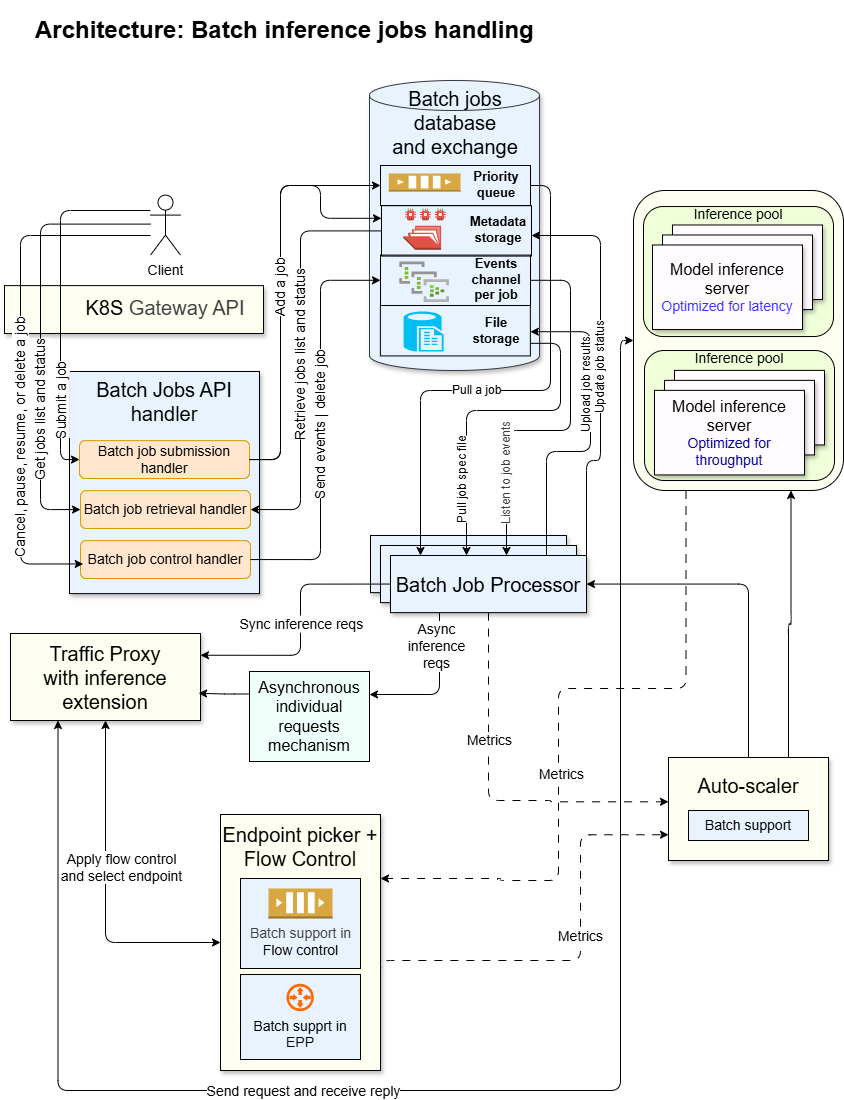
llm-d-incubation/batch-gateway keeps this draw.io diagram as docs/design/diagrams/arch_1.png. Above is the earlier version. Source tidied: cells renumbered, new cells last; positions are measured from the earlier drawing's top-left corner, leaving out a move shared by most shapes.
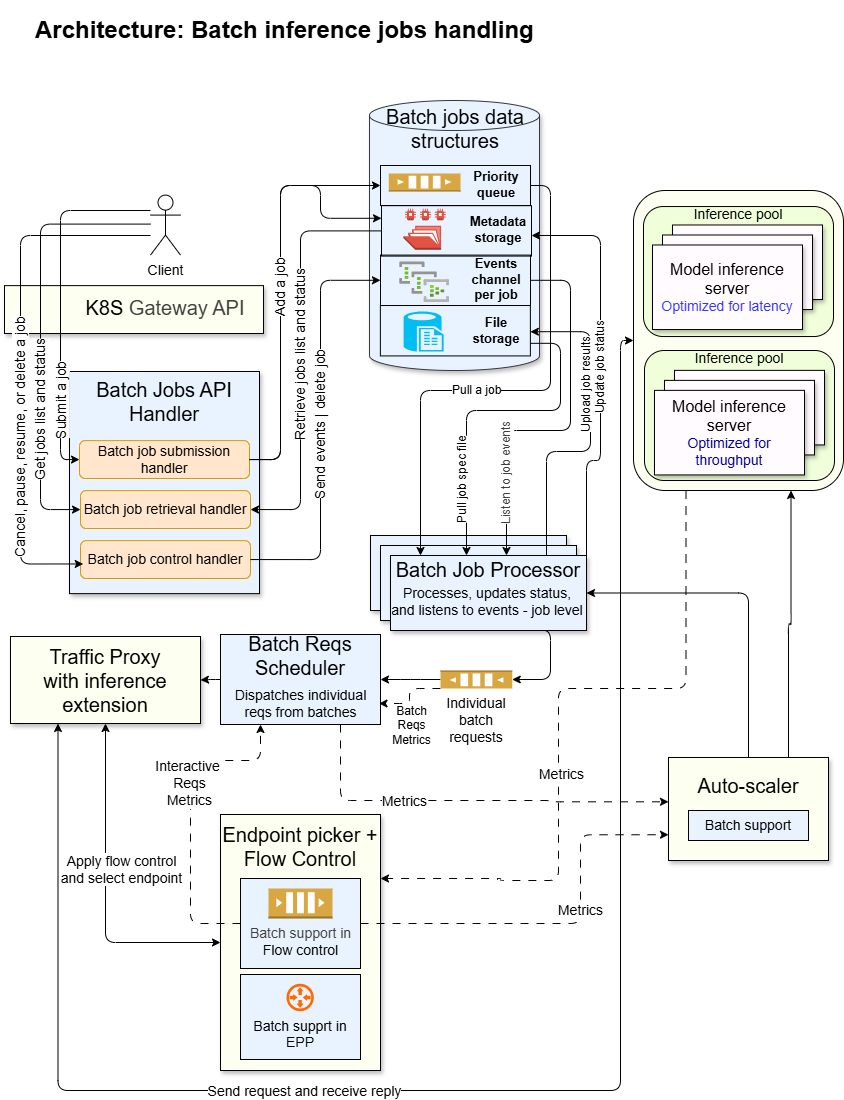
Above is the later version.

Diff of the diagram source:
```diff
@@ -34,7 +34,7 @@
       <mxGeometry x="640" y="340" width="190" height="130" as="geometry" />
     </mxCell>
     <mxCell id="9" style="shape=cylinder3;whiteSpace=wrap;html=1;boundedLbl=1;backgroundOutline=1;size=15;strokeColor=#36393d;strokeWidth=1;fillColor=#E9F3FF;shadow=1;" parent="1" vertex="1">
-      <mxGeometry x="365" y="70" width="170" height="290" as="geometry" />
+      <mxGeometry x="365" y="90" width="170" height="270" as="geometry" />
     </mxCell>
     <mxCell id="10" style="whiteSpace=wrap;html=1;shadow=1;fillColor=#FFFBFE;" parent="1" vertex="1">
       <mxGeometry x="668" y="214.5" width="150" height="74.5" as="geometry" />
@@ -43,7 +43,7 @@
       <mxGeometry x="658" y="224.5" width="150" height="74.5" as="geometry" />
     </mxCell>
     <mxCell id="12" value="&lt;font style=&quot;font-size: 20px;&quot;&gt;Traffic Proxy&lt;/font&gt;&lt;div&gt;&lt;font style=&quot;font-size: 20px;&quot;&gt;with inference extension&lt;/font&gt;&lt;/div&gt;" style="whiteSpace=wrap;html=1;shadow=1;fillColor=#FDFFF0;" parent="1" vertex="1">
-      <mxGeometry x="6" y="623" width="190" height="87" as="geometry" />
+      <mxGeometry x="6" y="626" width="190" height="87" as="geometry" />
     </mxCell>
     <mxCell id="13" value="&lt;div&gt;&lt;span style=&quot;background-color: initial;&quot;&gt;&lt;font&gt;K8S&amp;nbsp;&lt;/font&gt;&lt;/span&gt;&lt;span style=&quot;color: rgb(63, 63, 63); background-color: transparent;&quot;&gt;Gateway&amp;nbsp;&lt;/span&gt;&lt;span style=&quot;color: rgb(63, 63, 63); background-color: initial;&quot;&gt;API&lt;/span&gt;&lt;/div&gt;" style="text;strokeColor=none;align=center;fillColor=none;html=1;verticalAlign=middle;whiteSpace=wrap;rounded=0;fontSize=20;" parent="1" vertex="1">
       <mxGeometry x="31" y="275.1" width="260" height="44.6" as="geometry" />
@@ -124,16 +124,16 @@
       </mxGeometry>
     </mxCell>
     <mxCell id="28" style="whiteSpace=wrap;html=1;fillColor=#E9F3FF;strokeColor=#000000;glass=0;shadow=1;" parent="1" vertex="1">
-      <mxGeometry x="366" y="525" width="196" height="57.1" as="geometry" />
+      <mxGeometry x="366" y="525" width="196" height="75" as="geometry" />
     </mxCell>
     <mxCell id="29" style="whiteSpace=wrap;html=1;fillColor=#E9F3FF;strokeColor=#000000;glass=0;shadow=1;" parent="1" vertex="1">
-      <mxGeometry x="376" y="535" width="196" height="57.1" as="geometry" />
+      <mxGeometry x="376" y="535" width="196" height="75" as="geometry" />
     </mxCell>
-    <mxCell id="30" style="edgeStyle=orthogonalEdgeStyle;html=1;dashed=1;dashPattern=8 8;entryX=0;entryY=0.25;entryDx=0;entryDy=0;" parent="1" edge="1" source="34">
+    <mxCell id="30" style="edgeStyle=orthogonalEdgeStyle;html=1;dashed=1;dashPattern=8 8;entryX=0;entryY=0.25;entryDx=0;entryDy=0;exitX=0.75;exitY=1;exitDx=0;exitDy=0;" parent="1" edge="1" source="72">
       <mxGeometry relative="1" as="geometry">
         <mxPoint x="664" y="791.3" as="targetPoint" />
         <Array as="points">
-          <mxPoint x="484" y="790" />
+          <mxPoint x="336" y="790" />
           <mxPoint x="546" y="790" />
           <mxPoint x="546" y="791" />
         </Array>
@@ -142,31 +142,9 @@
     <mxCell id="31" value="Metrics" style="edgeLabel;html=1;align=center;verticalAlign=middle;fontSize=14;" parent="30" vertex="1">
       <mxGeometry x="-0.31" relative="1" as="geometry" />
     </mxCell>
-    <mxCell id="32" style="edgeStyle=elbowEdgeStyle;html=1;exitX=0.25;exitY=1;exitDx=0;exitDy=0;elbow=vertical;entryX=1;entryY=0.25;entryDx=0;entryDy=0;" parent="1" edge="1" source="34" target="72">
-      <mxGeometry relative="1" as="geometry">
-        <Array as="points">
-          <mxPoint x="406" y="684" />
-        </Array>
-      </mxGeometry>
-    </mxCell>
-    <mxCell id="33" value="&lt;font style=&quot;font-size: 14px;&quot;&gt;Async&lt;/font&gt;&lt;div&gt;&lt;font style=&quot;font-size: 14px;&quot;&gt;inference&lt;/font&gt;&lt;div&gt;&lt;font style=&quot;font-size: 14px;&quot;&gt;reqs&lt;/font&gt;&lt;/div&gt;&lt;/div&gt;" style="edgeLabel;html=1;align=center;verticalAlign=middle;" parent="32" vertex="1">
-      <mxGeometry x="-0.56" y="-4" relative="1" as="geometry" />
-    </mxCell>
-    <mxCell id="34" value="&lt;font&gt;Batch Job Processor&lt;/font&gt;" style="whiteSpace=wrap;html=1;fillColor=#E9F3FF;strokeColor=#000000;fontSize=20;glass=0;shadow=1;" parent="1" vertex="1">
-      <mxGeometry x="386" y="545" width="196" height="57.1" as="geometry" />
+    <mxCell id="34" value="&lt;font&gt;Batch Job Processor&lt;/font&gt;&lt;div&gt;&lt;br&gt;&lt;/div&gt;&lt;div&gt;&lt;br&gt;&lt;/div&gt;" style="whiteSpace=wrap;html=1;fillColor=#E9F3FF;strokeColor=#000000;fontSize=20;glass=0;shadow=1;" parent="1" vertex="1">
+      <mxGeometry x="386" y="545" width="196" height="75" as="geometry" />
     </mxCell>
-    <mxCell id="35" style="edgeStyle=orthogonalEdgeStyle;html=1;dashed=1;dashPattern=8 8;entryX=0;entryY=0.75;entryDx=0;entryDy=0;exitX=1;exitY=0.75;exitDx=0;exitDy=0;" parent="1" edge="1" source="37" target="67">
-      <mxGeometry relative="1" as="geometry">
-        <Array as="points">
-          <mxPoint x="376" y="950" />
-          <mxPoint x="576" y="950" />
-          <mxPoint x="576" y="824" />
-        </Array>
-      </mxGeometry>
-    </mxCell>
-    <mxCell id="36" value="&lt;font&gt;Metrics&lt;/font&gt;" style="edgeLabel;html=1;align=center;verticalAlign=middle;fontSize=14;" parent="35" vertex="1">
-      <mxGeometry x="0.18" y="1" relative="1" as="geometry" />
-    </mxCell>
     <mxCell id="37" value="&lt;font&gt;Endpoint picker +&lt;/font&gt;&lt;div&gt;Flow Control&lt;br&gt;&lt;div&gt;&lt;font&gt;&lt;br&gt;&lt;/font&gt;&lt;/div&gt;&lt;div&gt;&lt;font&gt;&lt;br&gt;&lt;/font&gt;&lt;/div&gt;&lt;div&gt;&lt;font&gt;&lt;br&gt;&lt;/font&gt;&lt;/div&gt;&lt;/div&gt;&lt;div&gt;&lt;font&gt;&lt;br&gt;&lt;/font&gt;&lt;/div&gt;&lt;div&gt;&lt;font&gt;&lt;br&gt;&lt;/font&gt;&lt;/div&gt;&lt;div&gt;&lt;font&gt;&lt;br&gt;&lt;/font&gt;&lt;/div&gt;&lt;div&gt;&lt;font&gt;&lt;br&gt;&lt;/font&gt;&lt;/div&gt;&lt;div&gt;&lt;font&gt;&lt;br&gt;&lt;/font&gt;&lt;/div&gt;" style="whiteSpace=wrap;html=1;fillColor=#FDFFF0;strokeColor=default;fontSize=20;shadow=1;" parent="1" vertex="1">
       <mxGeometry x="216" y="804" width="160" height="256" as="geometry" />
     </mxCell>
@@ -261,17 +239,9 @@
         <mxPoint x="-2" y="38" as="offset" />
       </mxGeometry>
     </mxCell>
-    <mxCell id="54" value="Batch jobs database&lt;div&gt;and exchange&lt;/div&gt;" style="text;html=1;align=center;verticalAlign=middle;whiteSpace=wrap;rounded=0;fontSize=20;" parent="1" vertex="1">
-      <mxGeometry x="374.9" y="77" width="152.1" height="70" as="geometry" />
+    <mxCell id="54" value="Batch jobs data structures" style="text;html=1;align=center;verticalAlign=middle;whiteSpace=wrap;rounded=0;fontSize=20;" parent="1" vertex="1">
+      <mxGeometry x="374.9" y="91" width="152.1" height="53" as="geometry" />
     </mxCell>
-    <mxCell id="55" value="Sync inference reqs" style="edgeStyle=orthogonalEdgeStyle;html=1;horizontal=0;align=center;exitX=0;exitY=0.5;exitDx=0;exitDy=0;fontSize=14;verticalAlign=middle;labelPosition=center;verticalLabelPosition=middle;textDirection=vertical-lr;entryX=1;entryY=0.25;entryDx=0;entryDy=0;" parent="1" edge="1" source="34" target="12">
-      <mxGeometry relative="1" as="geometry">
-        <Array as="points">
-          <mxPoint x="296" y="574" />
-          <mxPoint x="296" y="645" />
-        </Array>
-      </mxGeometry>
-    </mxCell>
     <mxCell id="56" style="rounded=0;whiteSpace=wrap;html=1;textOpacity=0;labelBorderColor=none;fillColor=none;textShadow=1;" parent="1" vertex="1">
       <mxGeometry x="375.9" y="295" width="150" height="50.4" as="geometry" />
     </mxCell>
@@ -326,7 +296,7 @@
     <mxCell id="67" value="&lt;div&gt;&lt;font&gt;Auto-scaler&lt;/font&gt;&lt;/div&gt;&lt;div&gt;&lt;font&gt;&lt;br&gt;&lt;/font&gt;&lt;/div&gt;&lt;div&gt;&lt;br&gt;&lt;/div&gt;" style="whiteSpace=wrap;html=1;fillColor=#FDFFF0;strokeColor=default;fontSize=20;shadow=1;" parent="1" vertex="1">
       <mxGeometry x="664" y="747" width="160" height="103" as="geometry" />
     </mxCell>
-    <mxCell id="68" value="&lt;div&gt;&lt;span style=&quot;background-color: initial;&quot;&gt;&lt;font&gt;Batch Jobs API handler&lt;/font&gt;&lt;/span&gt;&lt;/div&gt;" style="text;strokeColor=none;align=center;fillColor=none;html=1;verticalAlign=middle;whiteSpace=wrap;rounded=0;fontSize=20;" parent="1" vertex="1">
+    <mxCell id="68" value="&lt;div&gt;&lt;span style=&quot;background-color: initial;&quot;&gt;&lt;font&gt;Batch Jobs API Handler&lt;/font&gt;&lt;/span&gt;&lt;/div&gt;" style="text;strokeColor=none;align=center;fillColor=none;html=1;verticalAlign=middle;whiteSpace=wrap;rounded=0;fontSize=20;" parent="1" vertex="1">
       <mxGeometry x="70" y="368.4" width="180" height="44.6" as="geometry" />
     </mxCell>
     <mxCell id="69" style="rounded=0;whiteSpace=wrap;html=1;fillColor=#E9F3FF;" parent="1" vertex="1">
@@ -338,10 +308,10 @@
     <mxCell id="71" value="&lt;font style=&quot;font-size: 14px;&quot;&gt;Batch support&lt;/font&gt;" style="rounded=0;whiteSpace=wrap;html=1;fillColor=#E9F3FF;" parent="1" vertex="1">
       <mxGeometry x="684" y="800" width="120" height="30" as="geometry" />
     </mxCell>
-    <mxCell id="72" value="&lt;font style=&quot;font-size: 16px;&quot;&gt;Asynchronous individual requests mechanism&lt;/font&gt;" style="rounded=0;whiteSpace=wrap;html=1;fillColor=#EFFFF9;" parent="1" vertex="1">
-      <mxGeometry x="245" y="661" width="120" height="90" as="geometry" />
+    <mxCell id="72" value="&lt;font&gt;Batch Reqs Scheduler&lt;/font&gt;&lt;div&gt;&lt;font&gt;&lt;br&gt;&lt;/font&gt;&lt;/div&gt;&lt;div&gt;&lt;font&gt;&lt;br&gt;&lt;/font&gt;&lt;/div&gt;" style="rounded=0;whiteSpace=wrap;html=1;fillColor=#E9F3FF;fontSize=20;" parent="1" vertex="1">
+      <mxGeometry x="216" y="624" width="160" height="90" as="geometry" />
     </mxCell>
-    <mxCell id="73" style="edgeStyle=elbowEdgeStyle;html=1;exitX=0;exitY=0.25;exitDx=0;exitDy=0;entryX=0.99;entryY=0.687;entryDx=0;entryDy=0;entryPerimeter=0;" parent="1" edge="1" source="72" target="12">
+    <mxCell id="73" style="edgeStyle=elbowEdgeStyle;html=1;exitX=0;exitY=0.5;exitDx=0;exitDy=0;entryX=1;entryY=0.5;entryDx=0;entryDy=0;" parent="1" edge="1" source="72" target="12">
       <mxGeometry relative="1" as="geometry" />
     </mxCell>
     <mxCell id="74" value="&lt;div&gt;&lt;font style=&quot;font-size: 14px;&quot;&gt;&lt;br&gt;&lt;/font&gt;&lt;/div&gt;&lt;div&gt;&lt;font style=&quot;font-size: 14px;&quot;&gt;&lt;br&gt;&lt;/font&gt;&lt;/div&gt;&lt;font style=&quot;font-size: 14px;&quot;&gt;Batch supprt in EPP&lt;/font&gt;" style="rounded=0;whiteSpace=wrap;html=1;fillColor=#E9F3FF;" parent="1" vertex="1">
@@ -350,5 +320,57 @@
     <mxCell id="75" style="html=1;align=center;shadow=0;dashed=0;fillColor=#FF6A00;strokeColor=none;shape=mxgraph.alibaba_cloud.router;" parent="1" vertex="1">
       <mxGeometry x="280.6" y="972" width="28.8" height="30" as="geometry" />
     </mxCell>
+    <mxCell id="76" style="edgeStyle=elbowEdgeStyle;html=1;exitX=1;exitY=0.5;exitDx=0;exitDy=0;exitPerimeter=0;entryX=1;entryY=0.5;entryDx=0;entryDy=0;" parent="1" edge="1" source="79" target="72">
+      <mxGeometry relative="1" as="geometry" />
+    </mxCell>
+    <mxCell id="77" style="edgeStyle=elbowEdgeStyle;html=1;exitX=1;exitY=0;exitDx=0;exitDy=0;exitPerimeter=0;entryX=1;entryY=0.5;entryDx=0;entryDy=0;elbow=horizontal;verticalAlign=middle;horizontal=1;fontSize=11;dashed=1;dashPattern=8 8;" parent="1" edge="1" source="79" target="84">
+      <mxGeometry relative="1" as="geometry" />
+    </mxCell>
+    <mxCell id="78" value="&lt;font style=&quot;font-size: 12px;&quot;&gt;Batch&lt;/font&gt;&lt;div&gt;&lt;font style=&quot;font-size: 12px;&quot;&gt;Reqs&lt;/font&gt;&lt;/div&gt;&lt;div&gt;&lt;font style=&quot;font-size: 12px;&quot;&gt;Metrics&lt;/font&gt;&lt;/div&gt;" style="edgeLabel;html=1;align=center;verticalAlign=middle;" parent="77" vertex="1">
+      <mxGeometry x="0.46" y="-2" relative="1" as="geometry">
+        <mxPoint x="11" y="23" as="offset" />
+      </mxGeometry>
+    </mxCell>
+    <mxCell id="79" value="Individual batch requests" style="outlineConnect=0;dashed=0;verticalLabelPosition=bottom;verticalAlign=top;align=center;html=1;shape=mxgraph.aws3.queue;fillColor=#D9A741;gradientColor=none;horizontal=1;rotation=0;labelPosition=center;textShadow=0;direction=west;whiteSpace=wrap;fontSize=14;" parent="1" vertex="1">
+      <mxGeometry x="436" y="660" width="71.8" height="18" as="geometry" />
+    </mxCell>
+    <mxCell id="80" style="edgeStyle=elbowEdgeStyle;html=1;entryX=0;entryY=0.5;entryDx=0;entryDy=0;entryPerimeter=0;exitX=0.75;exitY=1;exitDx=0;exitDy=0;" parent="1" edge="1" source="34" target="79">
+      <mxGeometry relative="1" as="geometry">
+        <Array as="points">
+          <mxPoint x="546" y="650" />
+        </Array>
+      </mxGeometry>
+    </mxCell>
+    <mxCell id="35" style="edgeStyle=orthogonalEdgeStyle;html=1;dashed=1;dashPattern=8 8;entryX=0;entryY=0.75;entryDx=0;entryDy=0;exitX=1;exitY=0.5;exitDx=0;exitDy=0;" parent="1" edge="1" source="69" target="67">
+      <mxGeometry relative="1" as="geometry">
+        <Array as="points">
+          <mxPoint x="576" y="913" />
+          <mxPoint x="576" y="824" />
+        </Array>
+      </mxGeometry>
+    </mxCell>
+    <mxCell id="36" value="&lt;font&gt;Metrics&lt;/font&gt;" style="edgeLabel;html=1;align=center;verticalAlign=middle;fontSize=14;" parent="35" vertex="1">
+      <mxGeometry x="0.18" y="1" relative="1" as="geometry" />
+    </mxCell>
+    <mxCell id="81" style="edgeStyle=orthogonalEdgeStyle;html=1;dashed=1;dashPattern=8 8;exitX=0;exitY=0.5;exitDx=0;exitDy=0;entryX=0.25;entryY=1;entryDx=0;entryDy=0;" parent="1" edge="1" source="69" target="72">
+      <mxGeometry relative="1" as="geometry">
+        <Array as="points">
+          <mxPoint x="186" y="913" />
+          <mxPoint x="186" y="750" />
+          <mxPoint x="256" y="750" />
+        </Array>
+      </mxGeometry>
+    </mxCell>
+    <mxCell id="82" value="&lt;font style=&quot;font-size: 14px;&quot;&gt;Interactive&amp;nbsp;&lt;/font&gt;&lt;div&gt;&lt;font style=&quot;font-size: 14px;&quot;&gt;Reqs&lt;/font&gt;&lt;div&gt;&lt;font style=&quot;font-size: 14px;&quot;&gt;Metrics&lt;/font&gt;&lt;/div&gt;&lt;/div&gt;" style="edgeLabel;html=1;align=center;verticalAlign=middle;" parent="81" vertex="1">
+      <mxGeometry x="0.18" y="2" relative="1" as="geometry">
+        <mxPoint y="-2" as="offset" />
+      </mxGeometry>
+    </mxCell>
+    <mxCell id="83" value="&lt;font style=&quot;font-size: 14px;&quot;&gt;Processes, updates status, and listens to events - job level&lt;/font&gt;" style="text;html=1;align=center;verticalAlign=middle;whiteSpace=wrap;rounded=0;" parent="1" vertex="1">
+      <mxGeometry x="385" y="576.1" width="196" height="30" as="geometry" />
+    </mxCell>
+    <mxCell id="84" value="&lt;font style=&quot;font-size: 14px;&quot;&gt;Dispatches individual reqs from batches&lt;/font&gt;" style="text;html=1;align=center;verticalAlign=middle;whiteSpace=wrap;rounded=0;" parent="1" vertex="1">
+      <mxGeometry x="217.5" y="678" width="157" height="30" as="geometry" />
+    </mxCell>
   </root>
 </mxGraphModel>
```
